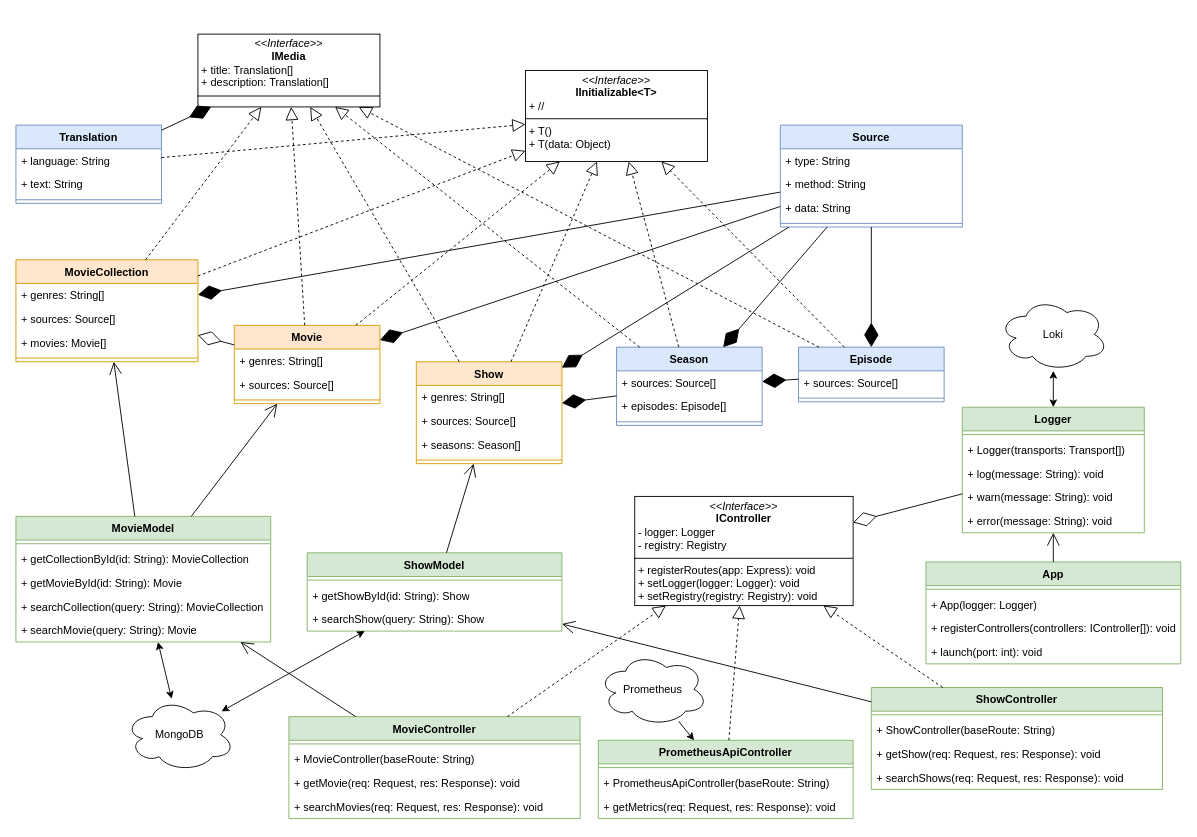
Earlier version of the draw.io diagram page "Classes" (3 of 4) of docs/mdb.drawio (TimKral5/mediadb). Source tidied: cells renumbered, new cells numbered last; positions are measured from the earlier drawing's top-left corner, leaving out a move shared by most shapes. Both pictures are drawn from the tidied source at 91%, with x=0, y=0 at pixel (15, 34).
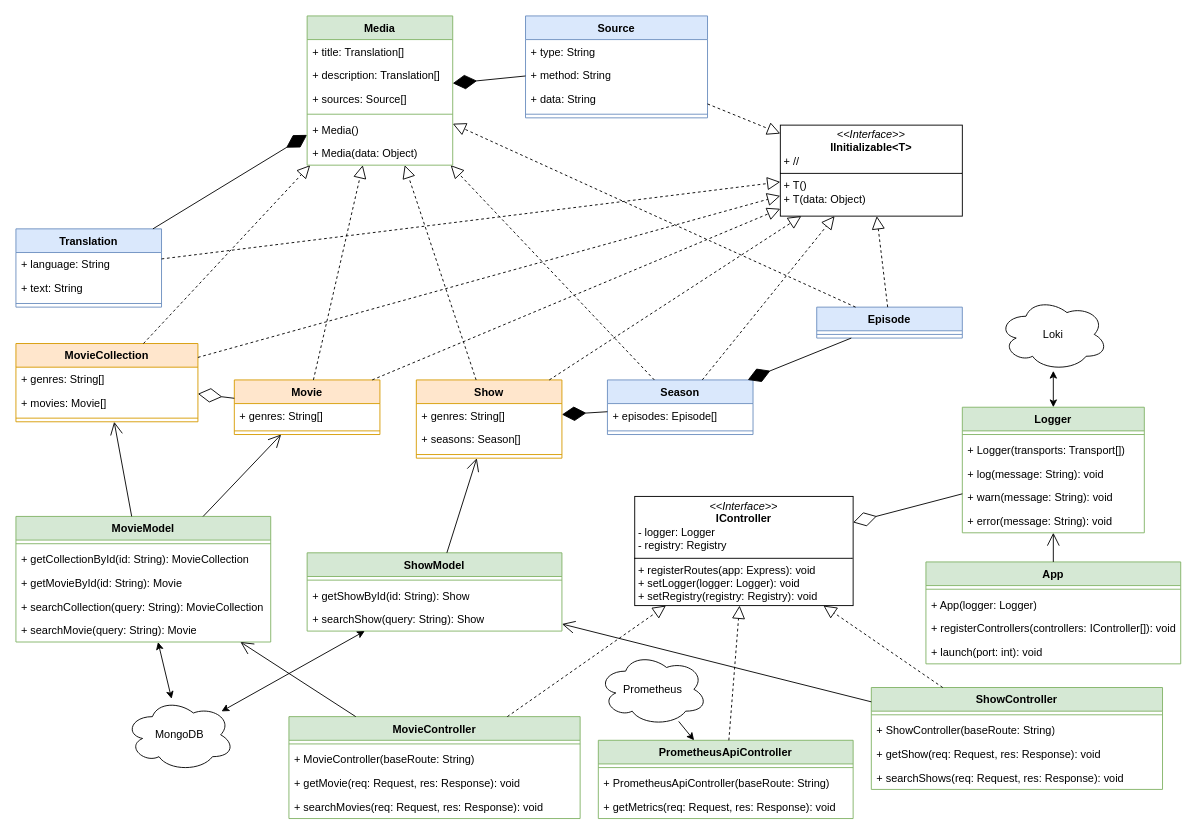
The same diagram, later.

Commit message (it also covers changes not shown here):
implement database data models

Diff of the diagram source:
```diff
@@
     <mxCell id="2" value="Movie" style="swimlane;fontStyle=1;align=center;verticalAlign=top;horizontal=1;startSize=26;whiteSpace=wrap;html=1;fillColor=#ffe6cc;strokeColor=#d79b00;" parent="1" vertex="1">
-      <mxGeometry x="240" y="320" width="160" height="86" as="geometry" />
+      <mxGeometry x="240" y="380" width="160" height="60" as="geometry" />
     </mxCell>
@@
-    <mxCell id="4" value="+ sources: Source[]" style="text;strokeColor=none;fillColor=none;align=left;verticalAlign=top;spacingLeft=4;spacingRight=4;overflow=hidden;whiteSpace=wrap;html=1;" parent="2" vertex="1">
-      <mxGeometry y="52" width="160" height="26" as="geometry" />
-    </mxCell>
     <mxCell id="5" style="line;strokeWidth=1;fillColor=none;align=left;verticalAlign=middle;spacingTop=-1;spacingLeft=3;spacingRight=3;labelPosition=right;strokeColor=inherit;" parent="2" vertex="1">
-      <mxGeometry y="78" width="160" height="8" as="geometry" />
+      <mxGeometry y="52" width="160" height="8" as="geometry" />
     </mxCell>
     <mxCell id="6" value="Translation" style="swimlane;fontStyle=1;align=center;verticalAlign=top;horizontal=1;startSize=26;whiteSpace=wrap;html=1;fillColor=#dae8fc;strokeColor=#6c8ebf;" parent="1" vertex="1">
-      <mxGeometry y="100" width="160" height="86" as="geometry" />
+      <mxGeometry y="214" width="160" height="86" as="geometry" />
     </mxCell>
@@
     <mxCell id="10" value="Show" style="swimlane;fontStyle=1;align=center;verticalAlign=top;horizontal=1;startSize=26;whiteSpace=wrap;html=1;fillColor=#ffe6cc;strokeColor=#d79b00;" parent="1" vertex="1">
-      <mxGeometry x="440" y="360" width="160" height="112" as="geometry" />
+      <mxGeometry x="440" y="380" width="160" height="86" as="geometry" />
     </mxCell>
@@
-    <mxCell id="12" value="+ sources: Source[]" style="text;strokeColor=none;fillColor=none;align=left;verticalAlign=top;spacingLeft=4;spacingRight=4;overflow=hidden;whiteSpace=wrap;html=1;" parent="10" vertex="1">
-      <mxGeometry y="52" width="160" height="26" as="geometry" />
-    </mxCell>
     <mxCell id="13" value="+ seasons: Season[]" style="text;strokeColor=none;fillColor=none;align=left;verticalAlign=top;spacingLeft=4;spacingRight=4;overflow=hidden;whiteSpace=wrap;html=1;" parent="10" vertex="1">
-      <mxGeometry y="78" width="160" height="26" as="geometry" />
+      <mxGeometry y="52" width="160" height="26" as="geometry" />
     </mxCell>
     <mxCell id="14" style="line;strokeWidth=1;fillColor=none;align=left;verticalAlign=middle;spacingTop=-1;spacingLeft=3;spacingRight=3;labelPosition=right;strokeColor=inherit;" parent="10" vertex="1">
-      <mxGeometry y="104" width="160" height="8" as="geometry" />
+      <mxGeometry y="78" width="160" height="8" as="geometry" />
     </mxCell>
-    <mxCell id="15" value="&lt;p style=&quot;margin:0px;margin-top:4px;text-align:center;&quot;&gt;&lt;i&gt;&amp;lt;&amp;lt;Interface&amp;gt;&amp;gt;&lt;/i&gt;&lt;br&gt;&lt;b&gt;IMedia&lt;/b&gt;&lt;/p&gt;&lt;p style=&quot;margin:0px;margin-left:4px;&quot;&gt;&lt;span style=&quot;background-color: transparent; color: light-dark(rgb(0, 0, 0), rgb(255, 255, 255));&quot;&gt;+ title: Translation[]&lt;/span&gt;&lt;/p&gt;&lt;p style=&quot;margin:0px;margin-left:4px;&quot;&gt;+ description: Translation[]&lt;/p&gt;&lt;hr size=&quot;1&quot; style=&quot;border-style:solid;&quot;&gt;&lt;p style=&quot;margin:0px;margin-left:4px;&quot;&gt;&lt;br&gt;&lt;/p&gt;" style="verticalAlign=top;align=left;overflow=fill;html=1;whiteSpace=wrap;" parent="1" vertex="1">
-      <mxGeometry x="200" width="200" height="80" as="geometry" />
-    </mxCell>
-    <mxCell id="16" style="endArrow=block;dashed=1;endFill=0;endSize=12;html=1;rounded=0;" parent="1" edge="1" source="2" target="15">
+    <mxCell id="16" style="endArrow=block;dashed=1;endFill=0;endSize=12;html=1;rounded=0;" parent="1" edge="1" source="2" target="107">
       <mxGeometry relative="1" as="geometry" />
     </mxCell>
-    <mxCell id="17" style="endArrow=block;dashed=1;endFill=0;endSize=12;html=1;rounded=0;" parent="1" edge="1" source="10" target="15">
+    <mxCell id="17" style="endArrow=block;dashed=1;endFill=0;endSize=12;html=1;rounded=0;" parent="1" edge="1" source="10" target="107">
       <mxGeometry relative="1" as="geometry" />
     </mxCell>
-    <mxCell id="18" style="endArrow=diamondThin;endFill=1;endSize=24;html=1;rounded=0;" parent="1" edge="1" source="6" target="15">
+    <mxCell id="18" style="endArrow=diamondThin;endFill=1;endSize=24;html=1;rounded=0;" parent="1" edge="1" source="6" target="107">
       <mxGeometry relative="1" as="geometry" />
     </mxCell>
     <mxCell id="19" value="Season" style="swimlane;fontStyle=1;align=center;verticalAlign=top;horizontal=1;startSize=26;whiteSpace=wrap;html=1;fillColor=#dae8fc;strokeColor=#6c8ebf;" parent="1" vertex="1">
-      <mxGeometry x="660" y="344" width="160" height="86" as="geometry" />
+      <mxGeometry x="650" y="380" width="160" height="60" as="geometry" />
     </mxCell>
-    <mxCell id="20" value="+ sources: Source[]" style="text;strokeColor=none;fillColor=none;align=left;verticalAlign=top;spacingLeft=4;spacingRight=4;overflow=hidden;whiteSpace=wrap;html=1;" parent="19" vertex="1">
-      <mxGeometry y="26" width="160" height="26" as="geometry" />
-    </mxCell>
     <mxCell id="21" value="+ episodes: Episode[]" style="text;strokeColor=none;fillColor=none;align=left;verticalAlign=top;spacingLeft=4;spacingRight=4;overflow=hidden;whiteSpace=wrap;html=1;" parent="19" vertex="1">
-      <mxGeometry y="52" width="160" height="26" as="geometry" />
+      <mxGeometry y="26" width="160" height="26" as="geometry" />
     </mxCell>
     <mxCell id="22" style="line;strokeWidth=1;fillColor=none;align=left;verticalAlign=middle;spacingTop=-1;spacingLeft=3;spacingRight=3;labelPosition=right;strokeColor=inherit;" parent="19" vertex="1">
-      <mxGeometry y="78" width="160" height="8" as="geometry" />
+      <mxGeometry y="52" width="160" height="8" as="geometry" />
     </mxCell>
-    <mxCell id="23" style="endArrow=block;dashed=1;endFill=0;endSize=12;html=1;rounded=0;" parent="1" edge="1" source="19" target="15">
+    <mxCell id="23" style="endArrow=block;dashed=1;endFill=0;endSize=12;html=1;rounded=0;" parent="1" edge="1" source="19" target="107">
       <mxGeometry relative="1" as="geometry" />
     </mxCell>
     <mxCell id="24" value="Source" style="swimlane;fontStyle=1;align=center;verticalAlign=top;horizontal=1;startSize=26;whiteSpace=wrap;html=1;fillColor=#dae8fc;strokeColor=#6c8ebf;" parent="1" vertex="1">
-      <mxGeometry x="840" y="100" width="200" height="112" as="geometry" />
+      <mxGeometry x="560" y="-20" width="200" height="112" as="geometry" />
     </mxCell>
@@
-    <mxCell id="29" style="endArrow=diamondThin;endFill=1;endSize=24;html=1;rounded=0;" parent="1" edge="1" source="24" target="10">
-      <mxGeometry relative="1" as="geometry" />
-    </mxCell>
-    <mxCell id="30" style="endArrow=diamondThin;endFill=1;endSize=24;html=1;rounded=0;" parent="1" edge="1" source="24" target="2">
-      <mxGeometry relative="1" as="geometry" />
-    </mxCell>
     <mxCell id="31" value="Episode" style="swimlane;fontStyle=1;align=center;verticalAlign=top;horizontal=1;startSize=26;whiteSpace=wrap;html=1;fillColor=#dae8fc;strokeColor=#6c8ebf;" parent="1" vertex="1">
-      <mxGeometry x="860" y="344" width="160" height="60" as="geometry" />
+      <mxGeometry x="880" y="300" width="160" height="34" as="geometry" />
     </mxCell>
-    <mxCell id="32" value="+ sources: Source[]" style="text;strokeColor=none;fillColor=none;align=left;verticalAlign=top;spacingLeft=4;spacingRight=4;overflow=hidden;whiteSpace=wrap;html=1;" parent="31" vertex="1">
-      <mxGeometry y="26" width="160" height="26" as="geometry" />
-    </mxCell>
     <mxCell id="33" style="line;strokeWidth=1;fillColor=none;align=left;verticalAlign=middle;spacingTop=-1;spacingLeft=3;spacingRight=3;labelPosition=right;strokeColor=inherit;" parent="31" vertex="1">
-      <mxGeometry y="52" width="160" height="8" as="geometry" />
+      <mxGeometry y="26" width="160" height="8" as="geometry" />
     </mxCell>
@@
     <mxCell id="36" value="MovieCollection" style="swimlane;fontStyle=1;align=center;verticalAlign=top;horizontal=1;startSize=26;whiteSpace=wrap;html=1;fillColor=#ffe6cc;strokeColor=#d79b00;" parent="1" vertex="1">
-      <mxGeometry y="248" width="200" height="112" as="geometry" />
+      <mxGeometry y="340" width="200" height="86" as="geometry" />
     </mxCell>
@@
-    <mxCell id="38" value="+ sources: Source[]" style="text;strokeColor=none;fillColor=none;align=left;verticalAlign=top;spacingLeft=4;spacingRight=4;overflow=hidden;whiteSpace=wrap;html=1;" parent="36" vertex="1">
-      <mxGeometry y="52" width="200" height="26" as="geometry" />
-    </mxCell>
     <mxCell id="39" value="+ movies: Movie[]" style="text;strokeColor=none;fillColor=none;align=left;verticalAlign=top;spacingLeft=4;spacingRight=4;overflow=hidden;whiteSpace=wrap;html=1;" parent="36" vertex="1">
-      <mxGeometry y="78" width="200" height="26" as="geometry" />
+      <mxGeometry y="52" width="200" height="26" as="geometry" />
     </mxCell>
     <mxCell id="40" style="line;strokeWidth=1;fillColor=none;align=left;verticalAlign=middle;spacingTop=-1;spacingLeft=3;spacingRight=3;labelPosition=right;strokeColor=inherit;" parent="36" vertex="1">
-      <mxGeometry y="104" width="200" height="8" as="geometry" />
+      <mxGeometry y="78" width="200" height="8" as="geometry" />
     </mxCell>
-    <mxCell id="41" style="endArrow=diamondThin;endFill=1;endSize=24;html=1;rounded=0;" parent="1" edge="1" source="24" target="31">
-      <mxGeometry relative="1" as="geometry" />
-    </mxCell>
-    <mxCell id="42" style="endArrow=block;dashed=1;endFill=0;endSize=12;html=1;rounded=0;" parent="1" edge="1" source="31" target="15">
+    <mxCell id="42" style="endArrow=block;dashed=1;endFill=0;endSize=12;html=1;rounded=0;" parent="1" edge="1" source="31" target="107">
       <mxGeometry relative="1" as="geometry" />
     </mxCell>
@@
-    <mxCell id="44" style="endArrow=block;dashed=1;endFill=0;endSize=12;html=1;rounded=0;" parent="1" edge="1" source="36" target="15">
+    <mxCell id="44" style="endArrow=block;dashed=1;endFill=0;endSize=12;html=1;rounded=0;" parent="1" edge="1" source="36" target="107">
       <mxGeometry relative="1" as="geometry" />
     </mxCell>
@@
-    <mxCell id="61" style="endArrow=diamondThin;endFill=1;endSize=24;html=1;rounded=0;" parent="1" edge="1" source="24" target="36">
+    <mxCell id="61" style="endArrow=diamondThin;endFill=1;endSize=24;html=1;rounded=0;" parent="1" edge="1" source="24" target="107">
       <mxGeometry relative="1" as="geometry" />
     </mxCell>
-    <mxCell id="62" style="endArrow=diamondThin;endFill=1;endSize=24;html=1;rounded=0;" parent="1" edge="1" source="24" target="19">
-      <mxGeometry relative="1" as="geometry" />
-    </mxCell>
@@
     <mxCell id="100" value="&lt;p style=&quot;margin:0px;margin-top:4px;text-align:center;&quot;&gt;&lt;i&gt;&amp;lt;&amp;lt;Interface&amp;gt;&amp;gt;&lt;/i&gt;&lt;br&gt;&lt;b&gt;IInitializable&amp;lt;T&amp;gt;&lt;/b&gt;&lt;/p&gt;&lt;p style=&quot;margin:0px;margin-left:4px;&quot;&gt;&lt;span style=&quot;background-color: transparent; color: light-dark(rgb(0, 0, 0), rgb(255, 255, 255));&quot;&gt;+ //&lt;/span&gt;&lt;/p&gt;&lt;hr size=&quot;1&quot; style=&quot;border-style:solid;&quot;&gt;&lt;p style=&quot;margin:0px;margin-left:4px;&quot;&gt;+ T()&lt;/p&gt;&lt;p style=&quot;margin:0px;margin-left:4px;&quot;&gt;+ T(data: Object)&lt;/p&gt;" style="verticalAlign=top;align=left;overflow=fill;html=1;whiteSpace=wrap;" parent="1" vertex="1">
-      <mxGeometry x="560" y="40" width="200" height="100" as="geometry" />
+      <mxGeometry x="840" y="100" width="200" height="100" as="geometry" />
     </mxCell>
@@
+    <mxCell id="107" value="Media" style="swimlane;fontStyle=1;align=center;verticalAlign=top;horizontal=1;startSize=26;whiteSpace=wrap;html=1;fillColor=#d5e8d4;strokeColor=#82b366;" parent="1" vertex="1">
+      <mxGeometry x="320" y="-20" width="160" height="164" as="geometry" />
+    </mxCell>
+    <mxCell id="108" value="+ title: Translation[]" style="text;strokeColor=none;fillColor=none;align=left;verticalAlign=top;spacingLeft=4;spacingRight=4;overflow=hidden;whiteSpace=wrap;html=1;" parent="107" vertex="1">
+      <mxGeometry y="26" width="160" height="26" as="geometry" />
+    </mxCell>
+    <mxCell id="109" value="+ description: Translation[]" style="text;strokeColor=none;fillColor=none;align=left;verticalAlign=top;spacingLeft=4;spacingRight=4;overflow=hidden;whiteSpace=wrap;html=1;" parent="107" vertex="1">
+      <mxGeometry y="52" width="160" height="26" as="geometry" />
+    </mxCell>
+    <mxCell id="110" value="+ sources: Source[]" style="text;strokeColor=none;fillColor=none;align=left;verticalAlign=top;spacingLeft=4;spacingRight=4;overflow=hidden;whiteSpace=wrap;html=1;" parent="107" vertex="1">
+      <mxGeometry y="78" width="160" height="26" as="geometry" />
+    </mxCell>
+    <mxCell id="111" style="line;strokeWidth=1;fillColor=none;align=left;verticalAlign=middle;spacingTop=-1;spacingLeft=3;spacingRight=3;labelPosition=right;strokeColor=inherit;" parent="107" vertex="1">
+      <mxGeometry y="104" width="160" height="8" as="geometry" />
+    </mxCell>
+    <mxCell id="112" value="+ Media()" style="text;strokeColor=none;fillColor=none;align=left;verticalAlign=top;spacingLeft=4;spacingRight=4;overflow=hidden;whiteSpace=wrap;html=1;" parent="107" vertex="1">
+      <mxGeometry y="112" width="160" height="26" as="geometry" />
+    </mxCell>
+    <mxCell id="113" value="+ Media(data: Object)" style="text;strokeColor=none;fillColor=none;align=left;verticalAlign=top;spacingLeft=4;spacingRight=4;overflow=hidden;whiteSpace=wrap;html=1;" parent="107" vertex="1">
+      <mxGeometry y="138" width="160" height="26" as="geometry" />
+    </mxCell>
+    <mxCell id="114" style="endArrow=block;dashed=1;endFill=0;endSize=12;html=1;rounded=0;" parent="1" edge="1" source="24" target="100">
+      <mxGeometry relative="1" as="geometry" />
+    </mxCell>
```
